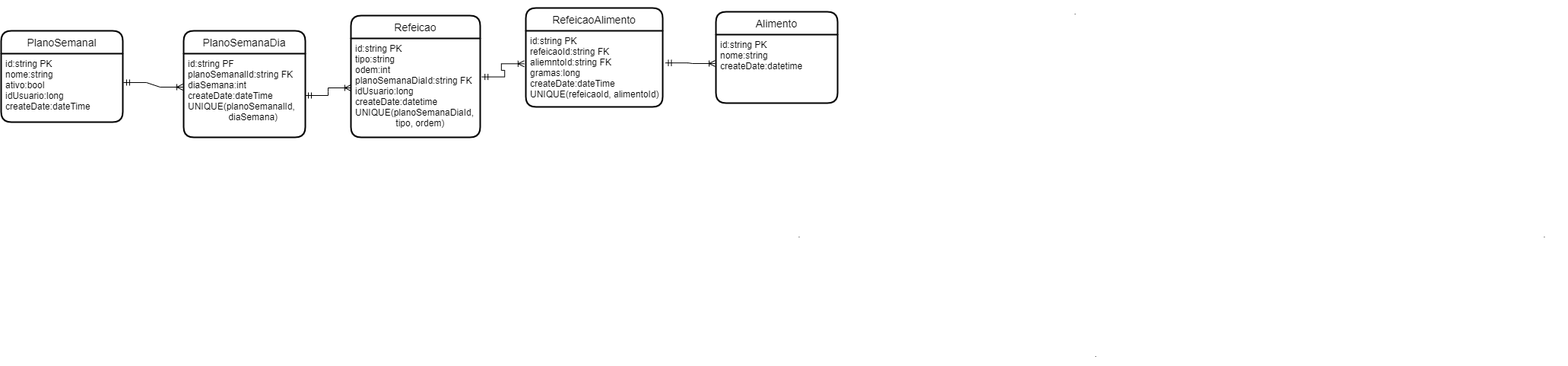
Above: Diagrama plano semanal.png in cadufelicioandrade/FitCorePro (draw.io), before the change. Source tidied: cells renumbered, new cells last; positions are measured from the earlier drawing's top-left corner, leaving out a move shared by most shapes. Source of this version:
```xml
<mxGraphModel>
  <root>
    <mxCell id="0" />
    <mxCell id="1" parent="0" />
    <mxCell id="2" value="." style="text;html=1;strokeColor=none;fillColor=none;align=center;verticalAlign=middle;whiteSpace=wrap;rounded=0;" parent="1" vertex="1">
      <mxGeometry x="1020" y="293" width="60" height="30" as="geometry" />
    </mxCell>
    <mxCell id="3" value="." style="text;html=1;strokeColor=none;fillColor=none;align=center;verticalAlign=middle;whiteSpace=wrap;rounded=0;" parent="1" vertex="1">
      <mxGeometry x="2000" y="293" width="60" height="30" as="geometry" />
    </mxCell>
    <mxCell id="4" value="." style="text;html=1;strokeColor=none;fillColor=none;align=center;verticalAlign=middle;whiteSpace=wrap;rounded=0;" parent="1" vertex="1">
      <mxGeometry x="1410" y="450" width="60" height="30" as="geometry" />
    </mxCell>
    <mxCell id="5" value="." style="text;html=1;strokeColor=none;fillColor=none;align=center;verticalAlign=middle;whiteSpace=wrap;rounded=0;" parent="1" vertex="1">
      <mxGeometry x="1383" width="60" height="30" as="geometry" />
    </mxCell>
    <mxCell id="6" value="Refeicao" style="swimlane;horizontal=1;startSize=30;rounded=1;fontSize=14;fontStyle=0;strokeWidth=2;shadow=0;dashed=0;align=center;" parent="1" vertex="1">
      <mxGeometry x="460" y="20" width="170" height="160" as="geometry" />
    </mxCell>
    <mxCell id="7" value="id:string PK&#10;tipo:string&#10;odem:int&#10;planoSemanaDiaId:string FK&#10;idUsuario:long&#10;createDate:datetime&#10;UNIQUE(planoSemanaDiaId,&#10;                tipo, ordem)" style="align=left;strokeColor=none;fillColor=none;spacingLeft=4;fontSize=12;verticalAlign=top;" parent="6" vertex="1">
      <mxGeometry y="30" width="170" height="130" as="geometry" />
    </mxCell>
    <mxCell id="8" value="Alimento" style="swimlane;horizontal=1;startSize=30;rounded=1;fontSize=14;fontStyle=0;strokeWidth=2;shadow=0;dashed=0;align=center;" parent="1" vertex="1">
      <mxGeometry x="940" y="15" width="160" height="120" as="geometry" />
    </mxCell>
    <mxCell id="9" value="id:string PK&#10;nome:string&#10;createDate:datetime" style="align=left;strokeColor=none;fillColor=none;spacingLeft=4;fontSize=12;verticalAlign=top;" parent="8" vertex="1">
      <mxGeometry y="30" width="160" height="90" as="geometry" />
    </mxCell>
    <mxCell id="10" value="PlanoSemanal" style="swimlane;horizontal=1;startSize=30;rounded=1;fontSize=14;fontStyle=0;strokeWidth=2;shadow=0;dashed=0;align=center;" parent="1" vertex="1">
      <mxGeometry y="40" width="160" height="120" as="geometry" />
    </mxCell>
    <mxCell id="11" value="id:string PK&#10;nome:string&#10;ativo:bool&#10;idUsuario:long&#10;createDate:dateTime" style="align=left;strokeColor=none;fillColor=none;spacingLeft=4;fontSize=12;verticalAlign=top;" parent="10" vertex="1">
      <mxGeometry y="30" width="160" height="90" as="geometry" />
    </mxCell>
    <mxCell id="12" value="RefeicaoAlimento" style="swimlane;horizontal=1;startSize=30;rounded=1;fontSize=14;fontStyle=0;strokeWidth=2;shadow=0;dashed=0;align=center;" parent="1" vertex="1">
      <mxGeometry x="690" y="10" width="180" height="130" as="geometry" />
    </mxCell>
    <mxCell id="13" value="id:string PK&#10;refeicaoId:string FK&#10;aliemntoId:string FK&#10;gramas:long&#10;createDate:dateTime&#10;UNIQUE(refeicaoId, alimentoId)" style="align=left;strokeColor=none;fillColor=none;spacingLeft=4;fontSize=12;verticalAlign=top;" parent="12" vertex="1">
      <mxGeometry y="30" width="180" height="100" as="geometry" />
    </mxCell>
    <mxCell id="14" style="edgeStyle=entityRelationEdgeStyle;fontSize=12;html=1;endArrow=ERoneToMany;startArrow=ERmandOne;rounded=0;strokeColor=default;exitX=1.013;exitY=0.389;exitDx=0;exitDy=0;exitPerimeter=0;entryX=-0.012;entryY=0.433;entryDx=0;entryDy=0;entryPerimeter=0;" parent="1" edge="1" source="7" target="13">
      <mxGeometry relative="1" as="geometry" />
    </mxCell>
    <mxCell id="15" style="edgeStyle=entityRelationEdgeStyle;fontSize=12;html=1;endArrow=ERoneToMany;startArrow=ERmandOne;rounded=0;strokeColor=default;exitX=1.019;exitY=0.422;exitDx=0;exitDy=0;exitPerimeter=0;entryX=-0.006;entryY=0.422;entryDx=0;entryDy=0;entryPerimeter=0;" parent="1" edge="1" source="13" target="9">
      <mxGeometry relative="1" as="geometry" />
    </mxCell>
    <mxCell id="16" value="PlanoSemanaDia" style="swimlane;horizontal=1;startSize=30;rounded=1;fontSize=14;fontStyle=0;strokeWidth=2;shadow=0;dashed=0;align=center;" parent="1" vertex="1">
      <mxGeometry x="240" y="40" width="160" height="140" as="geometry" />
    </mxCell>
    <mxCell id="17" value="id:string PF&#10;planoSemanalId:string FK&#10;diaSemana:int&#10;createDate:dateTime&#10;UNIQUE(planoSemanalId,&#10;                diaSemana)" style="align=left;strokeColor=none;fillColor=none;spacingLeft=4;fontSize=12;verticalAlign=top;" parent="16" vertex="1">
      <mxGeometry y="30" width="160" height="110" as="geometry" />
    </mxCell>
    <mxCell id="18" style="edgeStyle=entityRelationEdgeStyle;fontSize=12;html=1;endArrow=ERoneToMany;startArrow=ERmandOne;rounded=0;strokeColor=default;exitX=1.006;exitY=0.422;exitDx=0;exitDy=0;exitPerimeter=0;entryX=-0.006;entryY=0.4;entryDx=0;entryDy=0;entryPerimeter=0;" parent="1" edge="1" source="11" target="17">
      <mxGeometry relative="1" as="geometry" />
    </mxCell>
    <mxCell id="19" style="edgeStyle=entityRelationEdgeStyle;fontSize=12;html=1;endArrow=ERoneToMany;startArrow=ERmandOne;rounded=0;strokeColor=default;exitX=1;exitY=0.5;exitDx=0;exitDy=0;entryX=0;entryY=0.5;entryDx=0;entryDy=0;" parent="1" edge="1" source="17" target="7">
      <mxGeometry relative="1" as="geometry" />
    </mxCell>
  </root>
</mxGraphModel>
```
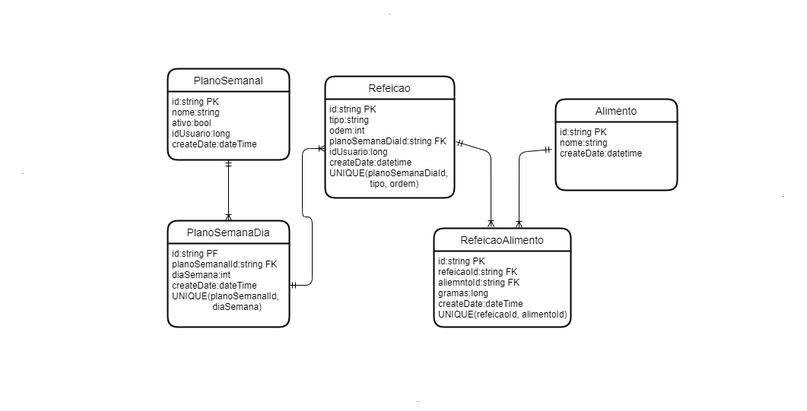
After the commit.

Commit message:
inicio_implementacao_cadastro_plano

Change to the diagram source:
```diff
@@ -2,59 +2,67 @@
   <root>
     <mxCell id="0" />
     <mxCell id="1" parent="0" />
-    <mxCell id="2" value="." style="text;html=1;strokeColor=none;fillColor=none;align=center;verticalAlign=middle;whiteSpace=wrap;rounded=0;" parent="1" vertex="1">
-      <mxGeometry x="1020" y="293" width="60" height="30" as="geometry" />
-    </mxCell>
-    <mxCell id="3" value="." style="text;html=1;strokeColor=none;fillColor=none;align=center;verticalAlign=middle;whiteSpace=wrap;rounded=0;" parent="1" vertex="1">
-      <mxGeometry x="2000" y="293" width="60" height="30" as="geometry" />
-    </mxCell>
-    <mxCell id="4" value="." style="text;html=1;strokeColor=none;fillColor=none;align=center;verticalAlign=middle;whiteSpace=wrap;rounded=0;" parent="1" vertex="1">
-      <mxGeometry x="1410" y="450" width="60" height="30" as="geometry" />
-    </mxCell>
-    <mxCell id="5" value="." style="text;html=1;strokeColor=none;fillColor=none;align=center;verticalAlign=middle;whiteSpace=wrap;rounded=0;" parent="1" vertex="1">
-      <mxGeometry x="1383" width="60" height="30" as="geometry" />
-    </mxCell>
     <mxCell id="6" value="Refeicao" style="swimlane;horizontal=1;startSize=30;rounded=1;fontSize=14;fontStyle=0;strokeWidth=2;shadow=0;dashed=0;align=center;" parent="1" vertex="1">
-      <mxGeometry x="460" y="20" width="170" height="160" as="geometry" />
+      <mxGeometry x="347" width="170" height="160" as="geometry" />
     </mxCell>
     <mxCell id="7" value="id:string PK&#10;tipo:string&#10;odem:int&#10;planoSemanaDiaId:string FK&#10;idUsuario:long&#10;createDate:datetime&#10;UNIQUE(planoSemanaDiaId,&#10;                tipo, ordem)" style="align=left;strokeColor=none;fillColor=none;spacingLeft=4;fontSize=12;verticalAlign=top;" parent="6" vertex="1">
       <mxGeometry y="30" width="170" height="130" as="geometry" />
     </mxCell>
     <mxCell id="8" value="Alimento" style="swimlane;horizontal=1;startSize=30;rounded=1;fontSize=14;fontStyle=0;strokeWidth=2;shadow=0;dashed=0;align=center;" parent="1" vertex="1">
-      <mxGeometry x="940" y="15" width="160" height="120" as="geometry" />
+      <mxGeometry x="650" y="30" width="160" height="120" as="geometry" />
     </mxCell>
     <mxCell id="9" value="id:string PK&#10;nome:string&#10;createDate:datetime" style="align=left;strokeColor=none;fillColor=none;spacingLeft=4;fontSize=12;verticalAlign=top;" parent="8" vertex="1">
       <mxGeometry y="30" width="160" height="90" as="geometry" />
     </mxCell>
     <mxCell id="10" value="PlanoSemanal" style="swimlane;horizontal=1;startSize=30;rounded=1;fontSize=14;fontStyle=0;strokeWidth=2;shadow=0;dashed=0;align=center;" parent="1" vertex="1">
-      <mxGeometry y="40" width="160" height="120" as="geometry" />
+      <mxGeometry x="140" y="-10" width="160" height="120" as="geometry" />
     </mxCell>
     <mxCell id="11" value="id:string PK&#10;nome:string&#10;ativo:bool&#10;idUsuario:long&#10;createDate:dateTime" style="align=left;strokeColor=none;fillColor=none;spacingLeft=4;fontSize=12;verticalAlign=top;" parent="10" vertex="1">
       <mxGeometry y="30" width="160" height="90" as="geometry" />
     </mxCell>
     <mxCell id="12" value="RefeicaoAlimento" style="swimlane;horizontal=1;startSize=30;rounded=1;fontSize=14;fontStyle=0;strokeWidth=2;shadow=0;dashed=0;align=center;" parent="1" vertex="1">
-      <mxGeometry x="690" y="10" width="180" height="130" as="geometry" />
+      <mxGeometry x="490" y="200" width="180" height="130" as="geometry" />
     </mxCell>
     <mxCell id="13" value="id:string PK&#10;refeicaoId:string FK&#10;aliemntoId:string FK&#10;gramas:long&#10;createDate:dateTime&#10;UNIQUE(refeicaoId, alimentoId)" style="align=left;strokeColor=none;fillColor=none;spacingLeft=4;fontSize=12;verticalAlign=top;" parent="12" vertex="1">
       <mxGeometry y="30" width="180" height="100" as="geometry" />
     </mxCell>
-    <mxCell id="14" style="edgeStyle=entityRelationEdgeStyle;fontSize=12;html=1;endArrow=ERoneToMany;startArrow=ERmandOne;rounded=0;strokeColor=default;exitX=1.013;exitY=0.389;exitDx=0;exitDy=0;exitPerimeter=0;entryX=-0.012;entryY=0.433;entryDx=0;entryDy=0;entryPerimeter=0;" parent="1" edge="1" source="7" target="13">
-      <mxGeometry relative="1" as="geometry" />
-    </mxCell>
-    <mxCell id="15" style="edgeStyle=entityRelationEdgeStyle;fontSize=12;html=1;endArrow=ERoneToMany;startArrow=ERmandOne;rounded=0;strokeColor=default;exitX=1.019;exitY=0.422;exitDx=0;exitDy=0;exitPerimeter=0;entryX=-0.006;entryY=0.422;entryDx=0;entryDy=0;entryPerimeter=0;" parent="1" edge="1" source="13" target="9">
-      <mxGeometry relative="1" as="geometry" />
-    </mxCell>
     <mxCell id="16" value="PlanoSemanaDia" style="swimlane;horizontal=1;startSize=30;rounded=1;fontSize=14;fontStyle=0;strokeWidth=2;shadow=0;dashed=0;align=center;" parent="1" vertex="1">
-      <mxGeometry x="240" y="40" width="160" height="140" as="geometry" />
+      <mxGeometry x="140" y="190" width="160" height="140" as="geometry" />
     </mxCell>
     <mxCell id="17" value="id:string PF&#10;planoSemanalId:string FK&#10;diaSemana:int&#10;createDate:dateTime&#10;UNIQUE(planoSemanalId,&#10;                diaSemana)" style="align=left;strokeColor=none;fillColor=none;spacingLeft=4;fontSize=12;verticalAlign=top;" parent="16" vertex="1">
       <mxGeometry y="30" width="160" height="110" as="geometry" />
     </mxCell>
-    <mxCell id="18" style="edgeStyle=entityRelationEdgeStyle;fontSize=12;html=1;endArrow=ERoneToMany;startArrow=ERmandOne;rounded=0;strokeColor=default;exitX=1.006;exitY=0.422;exitDx=0;exitDy=0;exitPerimeter=0;entryX=-0.006;entryY=0.4;entryDx=0;entryDy=0;entryPerimeter=0;" parent="1" edge="1" source="11" target="17">
-      <mxGeometry relative="1" as="geometry" />
-    </mxCell>
-    <mxCell id="19" style="edgeStyle=entityRelationEdgeStyle;fontSize=12;html=1;endArrow=ERoneToMany;startArrow=ERmandOne;rounded=0;strokeColor=default;exitX=1;exitY=0.5;exitDx=0;exitDy=0;entryX=0;entryY=0.5;entryDx=0;entryDy=0;" parent="1" edge="1" source="17" target="7">
+    <mxCell id="19" style="edgeStyle=entityRelationEdgeStyle;fontSize=12;html=1;endArrow=ERoneToMany;startArrow=ERmandOne;strokeColor=default;exitX=1;exitY=0.5;exitDx=0;exitDy=0;entryX=0;entryY=0.5;entryDx=0;entryDy=0;rounded=1;" parent="1" edge="1" source="17" target="7">
       <mxGeometry relative="1" as="geometry" />
     </mxCell>
+    <mxCell id="20" value="." style="text;html=1;strokeColor=none;fillColor=none;align=center;verticalAlign=middle;whiteSpace=wrap;rounded=0;" parent="1" vertex="1">
+      <mxGeometry x="-80" y="110" width="60" height="30" as="geometry" />
+    </mxCell>
+    <mxCell id="21" value="." style="text;html=1;strokeColor=none;fillColor=none;align=center;verticalAlign=middle;whiteSpace=wrap;rounded=0;" parent="1" vertex="1">
+      <mxGeometry x="440" y="410" width="60" height="30" as="geometry" />
+    </mxCell>
+    <mxCell id="22" value="." style="text;html=1;strokeColor=none;fillColor=none;align=center;verticalAlign=middle;whiteSpace=wrap;rounded=0;" parent="1" vertex="1">
+      <mxGeometry x="402" y="-100" width="60" height="30" as="geometry" />
+    </mxCell>
+    <mxCell id="23" value="." style="text;html=1;strokeColor=none;fillColor=none;align=center;verticalAlign=middle;whiteSpace=wrap;rounded=0;" parent="1" vertex="1">
+      <mxGeometry x="920" y="140" width="60" height="30" as="geometry" />
+    </mxCell>
+    <mxCell id="24" style="endArrow=ERmandOne;html=1;labelBackgroundColor=default;fontFamily=Helvetica;fontSize=12;fontColor=default;strokeColor=default;shape=connector;entryX=-0.031;entryY=0.4;entryDx=0;entryDy=0;exitX=0.622;exitY=-0.008;exitDx=0;exitDy=0;exitPerimeter=0;startArrow=ERoneToMany;startFill=0;endFill=0;rounded=1;entryPerimeter=0;" parent="1" edge="1" source="12" target="9">
+      <mxGeometry relative="1" as="geometry">
+        <Array as="points">
+          <mxPoint x="602" y="100" />
+        </Array>
+      </mxGeometry>
+    </mxCell>
+    <mxCell id="25" style="endArrow=ERmandOne;html=1;labelBackgroundColor=default;fontFamily=Helvetica;fontSize=12;fontColor=default;strokeColor=default;shape=connector;exitX=0.417;exitY=-0.015;exitDx=0;exitDy=0;exitPerimeter=0;startArrow=ERoneToMany;startFill=0;endFill=0;entryX=1.012;entryY=0.431;entryDx=0;entryDy=0;entryPerimeter=0;rounded=1;" parent="1" edge="1" source="12" target="7">
+      <mxGeometry relative="1" as="geometry">
+        <Array as="points">
+          <mxPoint x="565" y="100" />
+        </Array>
+      </mxGeometry>
+    </mxCell>
+    <mxCell id="26" style="endArrow=ERmandOne;html=1;labelBackgroundColor=default;fontFamily=Helvetica;fontSize=12;fontColor=default;strokeColor=default;shape=connector;curved=1;entryX=0.5;entryY=1;entryDx=0;entryDy=0;exitX=0.5;exitY=0;exitDx=0;exitDy=0;startArrow=ERoneToMany;startFill=0;endFill=0;" parent="1" edge="1" source="16" target="11">
+      <mxGeometry relative="1" as="geometry" />
+    </mxCell>
   </root>
 </mxGraphModel>
```
